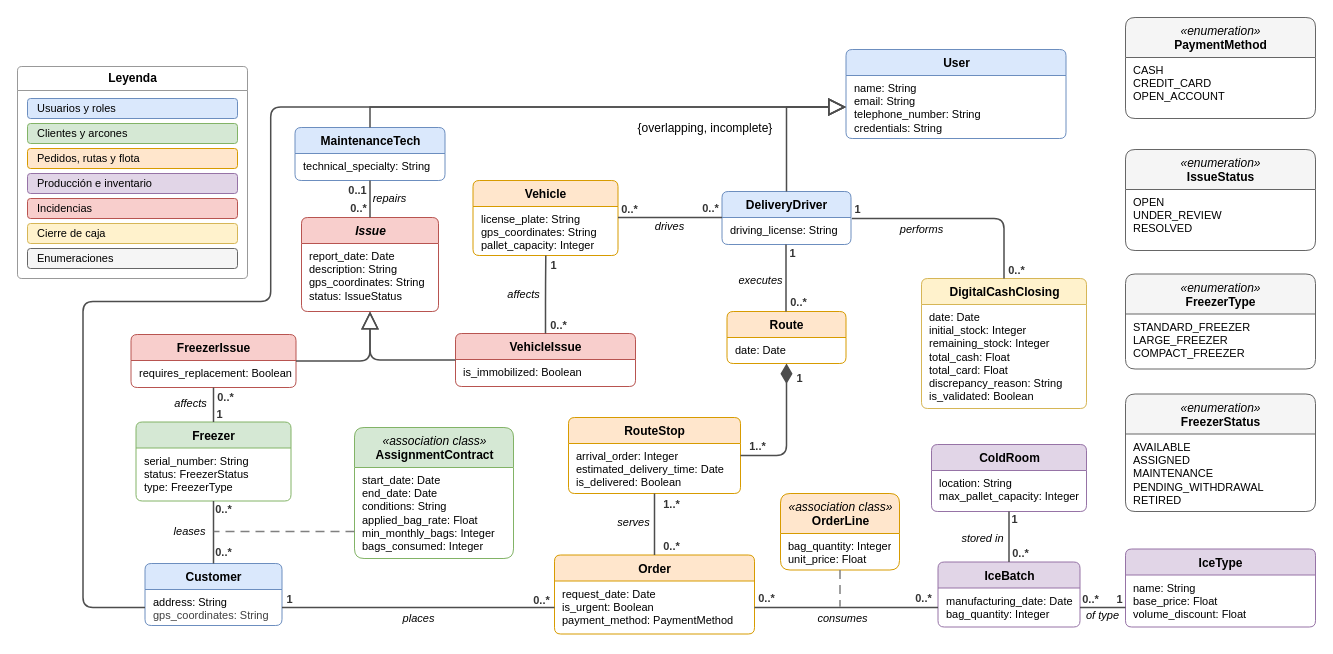
Earlier version of the draw.io diagram diagrams/UMLHielosMairena.drawio (gis-ir/ir-2026-27-G3-09). Source tidied: cells renumbered, new cells numbered last; positions are measured from the earlier drawing's top-left corner, leaving out a move shared by most shapes. Both pictures are drawn from the tidied source at 100%, with x=0, y=0 at pixel (17, 17).
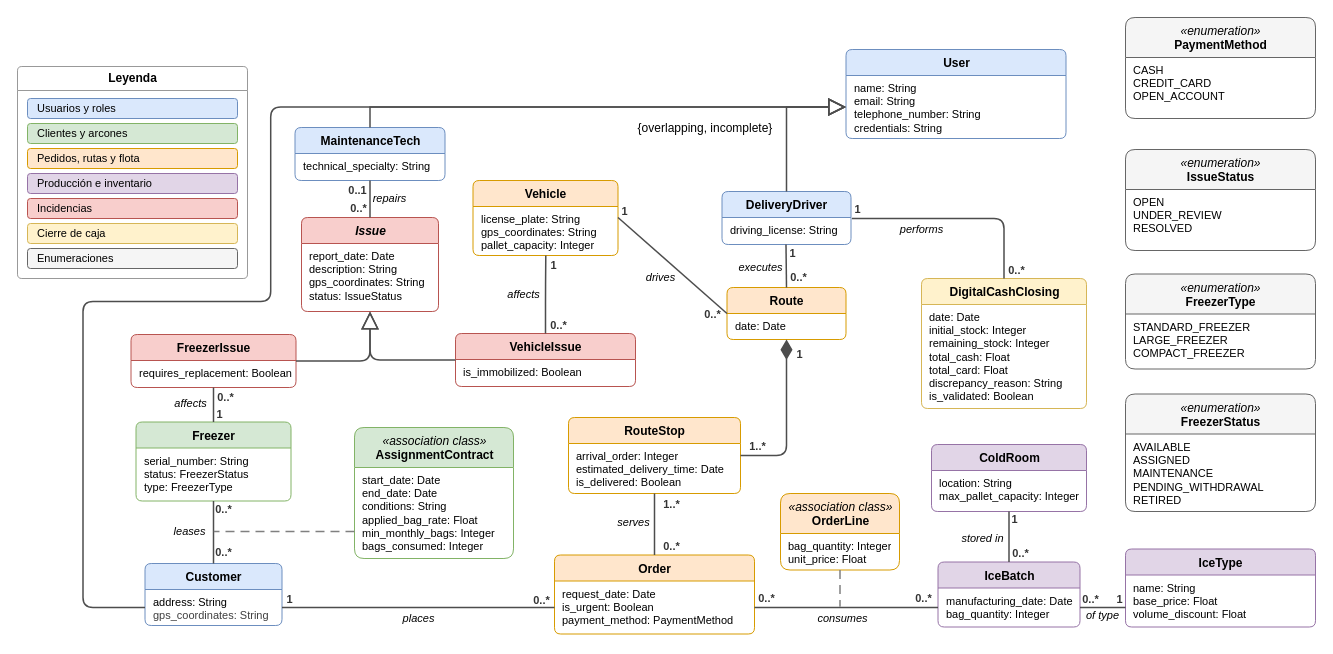
After the change.

Commit message (it also covers changes not shown here):
Arreglo menor UML

The edit, as a diff of the source:
```diff
@@
     <mxCell id="12" value="&lt;b&gt;Route&lt;/b&gt;" style="swimlane;html=1;fontStyle=0;align=center;verticalAlign=top;horizontal=1;startSize=26;rounded=1;arcSize=8;fillColor=#ffe6cc;strokeColor=#d79b00;swimlaneFillColor=#ffffff;fontSize=12;" parent="1" vertex="1">
-      <mxGeometry x="709.5" y="294" width="119" height="52" as="geometry" />
+      <mxGeometry x="709.5" y="270" width="119" height="52" as="geometry" />
     </mxCell>
@@
-    <mxCell id="52" value="drives" style="edgeStyle=orthogonalEdgeStyle;rounded=1;orthogonalLoop=1;jettySize=auto;html=1;strokeWidth=1.5;strokeColor=#4d4d4d;fontSize=11;fontStyle=2;labelBackgroundColor=#ffffff;endArrow=none;exitX=0;exitY=0.5;exitDx=0;exitDy=0;entryX=1;entryY=0.5;entryDx=0;entryDy=0;" parent="1" edge="1">
-      <mxGeometry x="0.01" y="9" relative="1" as="geometry">
-        <mxPoint x="704.5" y="200" as="sourcePoint" />
+    <mxCell id="52" value="drives" style="rounded=1;jettySize=auto;html=1;strokeWidth=1.5;strokeColor=#4d4d4d;fontSize=11;fontStyle=2;labelBackgroundColor=#ffffff;endArrow=none;exitX=0;exitY=0.5;exitDx=0;exitDy=0;entryX=1;entryY=0.5;entryDx=0;entryDy=0;" parent="1" edge="1" source="12">
+      <mxGeometry x="0.02" y="17" relative="1" as="geometry">
         <mxPoint x="600.5" y="200" as="targetPoint" />
       </mxGeometry>
     </mxCell>
     <mxCell id="53" value="0..*" style="edgeLabel;html=1;align=center;verticalAlign=middle;fontSize=11;fontStyle=1;fontColor=#333333;labelBackgroundColor=none;" parent="52" vertex="1">
       <mxGeometry x="-1" relative="1" as="geometry">
-        <mxPoint x="-12" y="-10" as="offset" />
+        <mxPoint x="-15" as="offset" />
       </mxGeometry>
     </mxCell>
-    <mxCell id="54" value="0..*" style="edgeLabel;html=1;align=center;verticalAlign=middle;fontSize=11;fontStyle=1;fontColor=#333333;labelBackgroundColor=none;" parent="52" vertex="1">
+    <mxCell id="54" value="1" style="edgeLabel;html=1;align=center;verticalAlign=middle;fontSize=11;fontStyle=1;fontColor=#333333;labelBackgroundColor=none;" parent="52" vertex="1">
       <mxGeometry x="1" relative="1" as="geometry">
-        <mxPoint x="11" y="-9" as="offset" />
+        <mxPoint x="6" y="-7" as="offset" />
       </mxGeometry>
     </mxCell>
-    <mxCell id="55" value="executes" style="edgeStyle=orthogonalEdgeStyle;rounded=1;orthogonalLoop=1;jettySize=auto;html=1;strokeWidth=1.5;strokeColor=#4d4d4d;fontSize=11;fontStyle=2;labelBackgroundColor=#ffffff;endArrow=none;exitX=0.5;exitY=1;exitDx=0;exitDy=0;entryX=0.5;entryY=0;entryDx=0;entryDy=0;" parent="1" edge="1">
+    <mxCell id="55" value="executes" style="edgeStyle=orthogonalEdgeStyle;rounded=1;jettySize=auto;html=1;strokeWidth=1.5;strokeColor=#4d4d4d;fontSize=11;fontStyle=2;labelBackgroundColor=#ffffff;endArrow=none;exitX=0.5;exitY=1;exitDx=0;exitDy=0;entryX=0.5;entryY=0;entryDx=0;entryDy=0;" parent="1" edge="1" target="12">
       <mxGeometry x="0.06" y="-26" relative="1" as="geometry">
         <mxPoint x="768.5" y="227" as="sourcePoint" />
-        <mxPoint x="768.5" y="294" as="targetPoint" />
       </mxGeometry>
     </mxCell>
```
